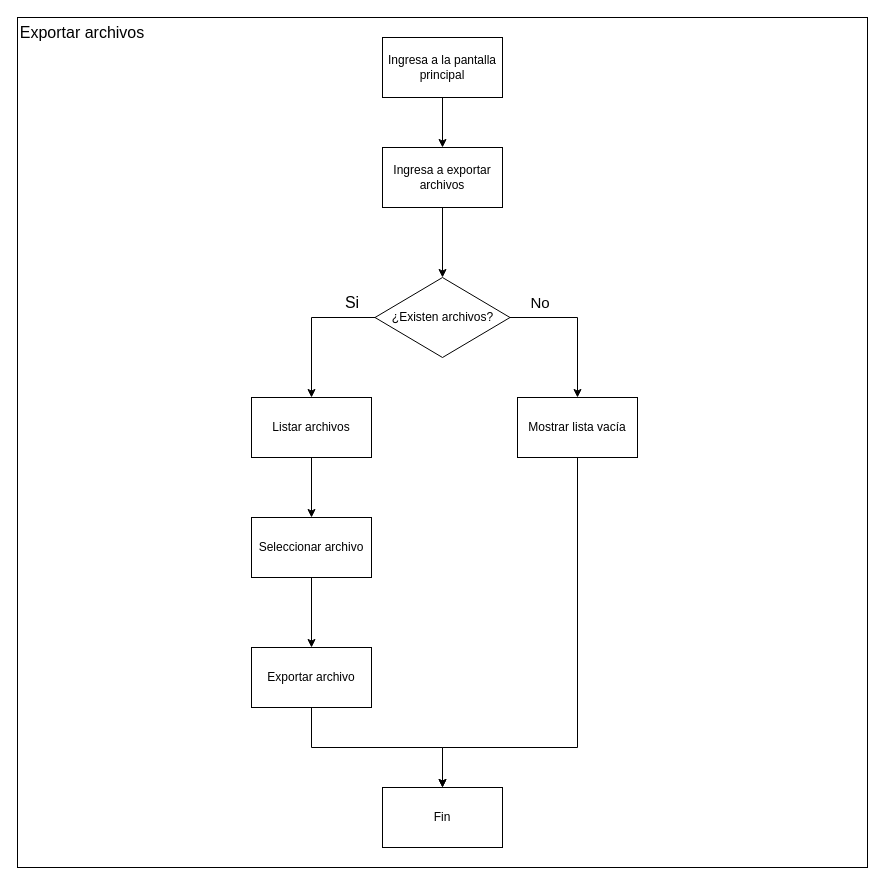
Before: Etapa de inicio/Flujogramas/Flujograma (exportar archivos).drawio in fxex/Vesta_Risk_Manager, a draw.io diagram. Source tidied: cells renumbered, new cells numbered last; positions are measured from the earlier drawing's top-left corner, leaving out a move shared by most shapes. Both pictures are drawn from the tidied source at 100%, with x=0, y=0 at pixel (17, 17).
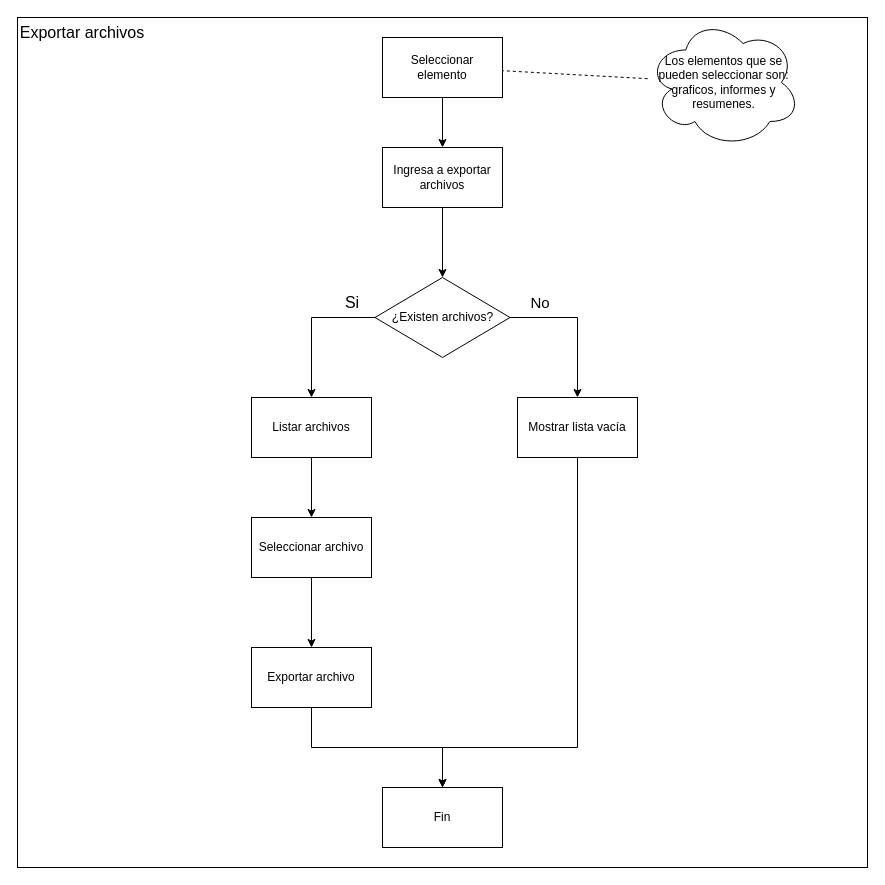
The same page after the edit.

Commit message (it also covers changes not shown here):
Doc: Flujograma de la plantilla

What changed in the source:
```diff
@@
-    <mxCell id="5" value="&lt;div&gt;Ingresa a la pantalla principal&lt;/div&gt;" style="rounded=0;whiteSpace=wrap;html=1;" parent="1" vertex="1">
+    <mxCell id="5" value="Seleccionar &lt;br&gt;elemento" style="rounded=0;whiteSpace=wrap;html=1;" parent="1" vertex="1">
       <mxGeometry x="365" y="20" width="120" height="60" as="geometry" />
     </mxCell>
@@
+    <mxCell id="22" style="rounded=0;jettySize=auto;html=1;endArrow=none;endFill=0;dashed=1;" parent="1" edge="1" source="23" target="5">
+      <mxGeometry relative="1" as="geometry" />
+    </mxCell>
+    <mxCell id="23" value="Los elementos que se pueden seleccionar son: graficos, informes y resumenes." style="ellipse;shape=cloud;whiteSpace=wrap;html=1;" parent="1" vertex="1">
+      <mxGeometry x="630" width="153" height="130" as="geometry" />
+    </mxCell>
```
